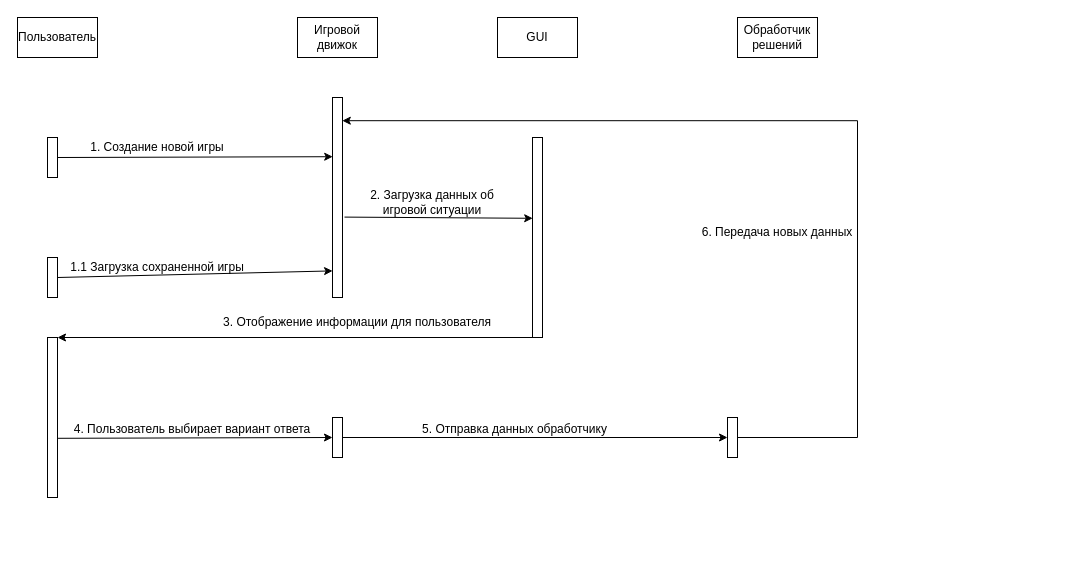
The draw.io diagram page "Sequence" (2 of 5) of Diagrams/Activity.drawio in tanktema/KingOfToads, before the edit. Source tidied: cells renumbered, new cells numbered last; positions are measured from the earlier drawing's top-left corner, leaving out a move shared by most shapes. Both pictures are drawn from the tidied source at 100%, with x=0, y=0 at pixel (17, 17).
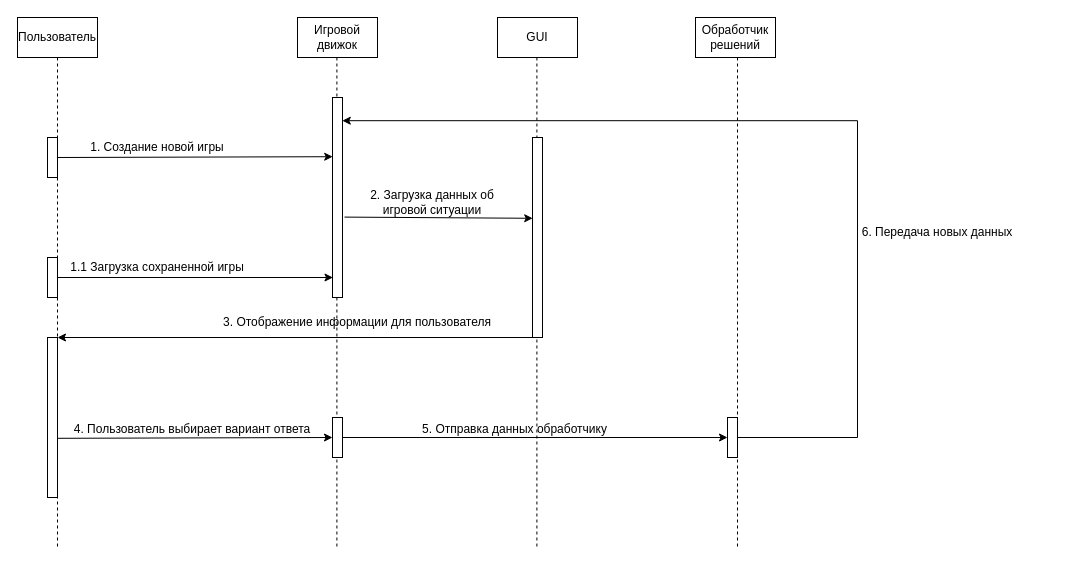
After the change.

The change refers to these unchanged cells:
```xml
<mxCell id="2" value="Пользователь" style="rounded=0;whiteSpace=wrap;html=1;" parent="1" vertex="1">
  <mxGeometry width="80" height="40" as="geometry" />
</mxCell>
<mxCell id="7" style="rounded=0;whiteSpace=wrap;html=1;" parent="1" vertex="1">
  <mxGeometry x="30" y="240" width="10" height="40" as="geometry" />
</mxCell>
<mxCell id="12" style="rounded=0;whiteSpace=wrap;html=1;" parent="1" vertex="1">
  <mxGeometry x="315" y="80" width="10" height="200" as="geometry" />
</mxCell>
```

What changed in the source:
```diff
@@
+    <mxCell id="27" style="endArrow=none;dashed=1;html=1;rounded=0;exitX=0.5;exitY=1;exitDx=0;exitDy=0;" parent="1" edge="1">
+      <mxGeometry relative="1" as="geometry">
+        <mxPoint x="720" y="40" as="sourcePoint" />
+        <mxPoint x="720" y="530" as="targetPoint" />
+      </mxGeometry>
+    </mxCell>
+    <mxCell id="28" style="endArrow=none;dashed=1;html=1;rounded=0;exitX=0.5;exitY=1;exitDx=0;exitDy=0;" parent="1" edge="1">
+      <mxGeometry relative="1" as="geometry">
+        <mxPoint x="319.4" y="40" as="sourcePoint" />
+        <mxPoint x="319.4" y="530" as="targetPoint" />
+      </mxGeometry>
+    </mxCell>
+    <mxCell id="29" style="endArrow=none;dashed=1;html=1;rounded=0;exitX=0.5;exitY=1;exitDx=0;exitDy=0;" parent="1" edge="1">
+      <mxGeometry relative="1" as="geometry">
+        <mxPoint x="519.4" y="40" as="sourcePoint" />
+        <mxPoint x="519.4" y="530" as="targetPoint" />
+      </mxGeometry>
+    </mxCell>
@@
     <mxCell id="4" value="Обработчик решений" style="rounded=0;whiteSpace=wrap;html=1;" parent="1" vertex="1">
-      <mxGeometry x="720" width="80" height="40" as="geometry" />
+      <mxGeometry x="678" width="80" height="40" as="geometry" />
     </mxCell>
@@
-    <mxCell id="8" style="endArrow=classic;html=1;rounded=0;exitX=1;exitY=0.5;exitDx=0;exitDy=0;entryX=0.009;entryY=0.867;entryDx=0;entryDy=0;entryPerimeter=0;" parent="1" edge="1" source="7" target="12">
+    <mxCell id="8" style="endArrow=classic;html=1;rounded=0;exitX=1;exitY=0.5;exitDx=0;exitDy=0;entryX=0.048;entryY=0.9;entryDx=0;entryDy=0;entryPerimeter=0;" parent="1" edge="1" source="7" target="12">
       <mxGeometry relative="1" as="geometry" />
     </mxCell>
@@
     <mxCell id="26" value="6. Передача новых данных" style="text;html=1;strokeColor=none;fillColor=none;align=center;verticalAlign=middle;whiteSpace=wrap;rounded=0;" parent="1" vertex="1">
-      <mxGeometry x="640" y="200" width="240" height="30" as="geometry" />
+      <mxGeometry x="800" y="200" width="240" height="30" as="geometry" />
     </mxCell>
+    <mxCell id="30" style="endArrow=none;dashed=1;html=1;rounded=0;exitX=0.5;exitY=1;exitDx=0;exitDy=0;" parent="1" edge="1" source="2">
+      <mxGeometry relative="1" as="geometry">
+        <mxPoint x="40" y="530" as="targetPoint" />
+      </mxGeometry>
+    </mxCell>
```
